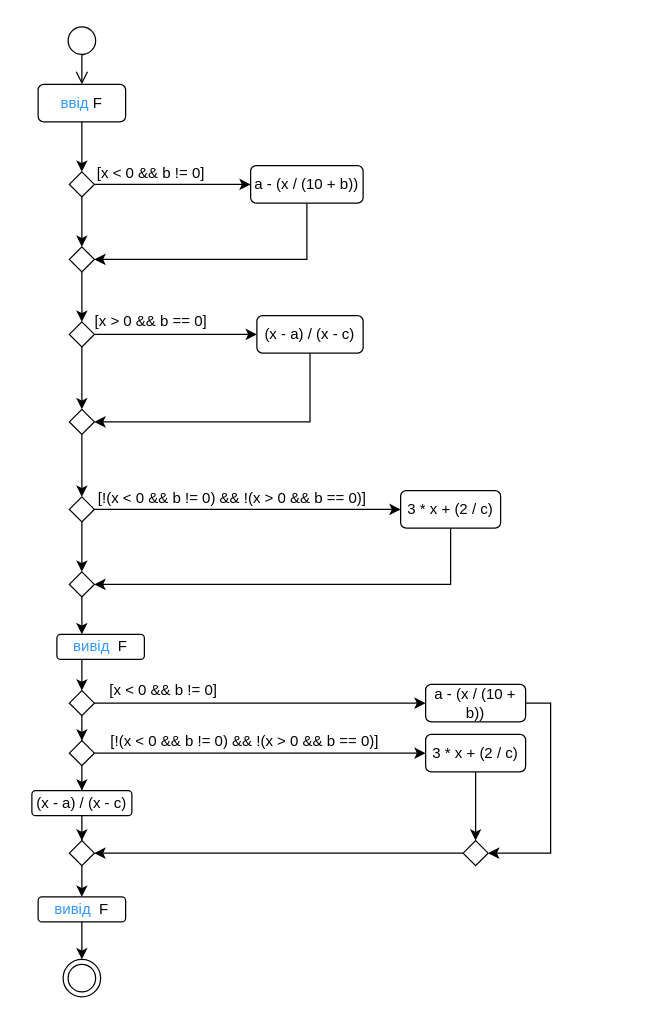
Before: PR-3.2UML.drawio in Slava-v-Ukraini/lab3.2, a draw.io diagram. Source tidied: cells renumbered, new cells numbered last; positions are measured from the earlier drawing's top-left corner, leaving out a move shared by most shapes. Both pictures are drawn from the tidied source at 125%, with x=0, y=0 at pixel (31, 21).
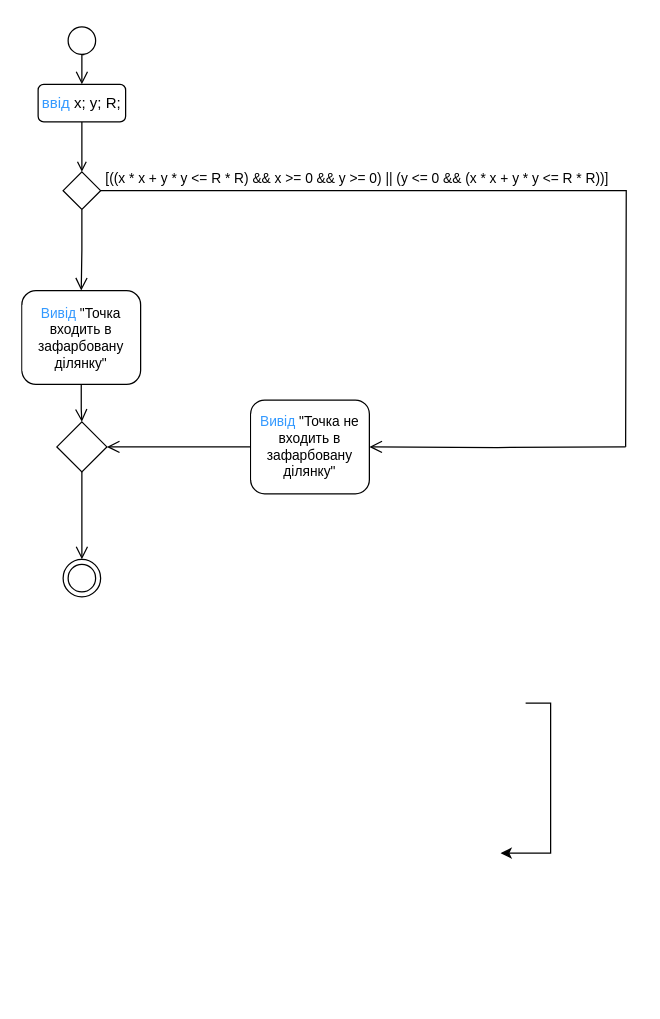
After the change.

Unchanged cells that the change refers to:
```xml
<mxCell id="2" style="ellipse;html=1;shape=startState;" parent="1" vertex="1">
  <mxGeometry x="25" width="30" height="30" as="geometry" />
</mxCell>
```

The edit, as a diff of the source:
```diff
@@
-    <mxCell id="3" style="edgeStyle=orthogonalEdgeStyle;html=1;verticalAlign=bottom;endArrow=open;endSize=8;rounded=0;exitX=0.563;exitY=0.874;exitDx=0;exitDy=0;exitPerimeter=0;" parent="1" edge="1" source="2" target="5">
+    <mxCell id="3" style="edgeStyle=orthogonalEdgeStyle;html=1;verticalAlign=bottom;endArrow=open;endSize=8;rounded=0;exitX=0.563;exitY=0.874;exitDx=0;exitDy=0;exitPerimeter=0;endFill=0;" parent="1" edge="1" source="2" target="5">
       <mxGeometry relative="1" as="geometry">
         <Array as="points">
           <mxPoint x="40" y="26" />
         </Array>
       </mxGeometry>
     </mxCell>
-    <mxCell id="4" style="edgeStyle=orthogonalEdgeStyle;rounded=0;jettySize=auto;html=1;" parent="1" edge="1" source="5">
+    <mxCell id="4" style="edgeStyle=orthogonalEdgeStyle;rounded=0;jettySize=auto;html=1;endArrow=open;endFill=0;" parent="1" edge="1" source="5">
       <mxGeometry relative="1" as="geometry">
         <mxPoint x="40" y="120" as="targetPoint" />
       </mxGeometry>
     </mxCell>
-    <mxCell id="5" value="&lt;font color=&quot;#3399ff&quot;&gt;ввід &lt;/font&gt;F" style="rounded=1;whiteSpace=wrap;html=1;" parent="1" vertex="1">
+    <mxCell id="5" value="&lt;font color=&quot;#3399ff&quot;&gt;ввід &lt;/font&gt;x; y; R;" style="rounded=1;whiteSpace=wrap;html=1;" parent="1" vertex="1">
       <mxGeometry x="5" y="50" width="70" height="30" as="geometry" />
     </mxCell>
-    <mxCell id="6" style="edgeStyle=orthogonalEdgeStyle;rounded=0;jettySize=auto;html=1;entryX=0;entryY=0.5;entryDx=0;entryDy=0;" parent="1" edge="1" source="8" target="10">
-      <mxGeometry relative="1" as="geometry" />
-    </mxCell>
-    <mxCell id="7" style="edgeStyle=orthogonalEdgeStyle;rounded=0;jettySize=auto;html=1;" parent="1" edge="1" source="8" target="12">
-      <mxGeometry relative="1" as="geometry" />
-    </mxCell>
-    <mxCell id="8" style="rhombus;whiteSpace=wrap;html=1;" parent="1" vertex="1">
-      <mxGeometry x="30" y="120" width="20" height="20" as="geometry" />
-    </mxCell>
-    <mxCell id="9" style="edgeStyle=orthogonalEdgeStyle;rounded=0;jettySize=auto;html=1;entryX=1;entryY=0.5;entryDx=0;entryDy=0;" parent="1" edge="1" source="10" target="12">
-      <mxGeometry relative="1" as="geometry">
-        <Array as="points">
-          <mxPoint x="220" y="190" />
-        </Array>
-      </mxGeometry>
-    </mxCell>
-    <mxCell id="10" value="a - (x / (10 + b))" style="rounded=1;whiteSpace=wrap;html=1;" parent="1" vertex="1">
-      <mxGeometry x="175" y="115" width="90" height="30" as="geometry" />
-    </mxCell>
-    <mxCell id="11" style="edgeStyle=orthogonalEdgeStyle;rounded=0;jettySize=auto;html=1;" parent="1" edge="1" source="12" target="16">
-      <mxGeometry relative="1" as="geometry" />
-    </mxCell>
-    <mxCell id="12" style="rhombus;whiteSpace=wrap;html=1;" parent="1" vertex="1">
-      <mxGeometry x="30" y="180" width="20" height="20" as="geometry" />
-    </mxCell>
-    <mxCell id="13" value="[x &amp;lt; 0 &amp;amp;&amp;amp; b != 0]" style="text;html=1;align=center;verticalAlign=bottom;strokeColor=none;fillColor=none;" parent="1" vertex="1">
-      <mxGeometry x="40" y="100" width="110" height="30" as="geometry" />
-    </mxCell>
-    <mxCell id="14" style="edgeStyle=orthogonalEdgeStyle;rounded=0;jettySize=auto;html=1;" parent="1" edge="1" source="16" target="18">
-      <mxGeometry relative="1" as="geometry" />
-    </mxCell>
-    <mxCell id="15" style="edgeStyle=orthogonalEdgeStyle;rounded=0;jettySize=auto;html=1;" parent="1" edge="1" source="16" target="21">
-      <mxGeometry relative="1" as="geometry" />
-    </mxCell>
-    <mxCell id="16" style="rhombus;whiteSpace=wrap;html=1;" parent="1" vertex="1">
-      <mxGeometry x="30" y="240" width="20" height="20" as="geometry" />
-    </mxCell>
-    <mxCell id="17" style="edgeStyle=orthogonalEdgeStyle;rounded=0;jettySize=auto;html=1;entryX=1;entryY=0.5;entryDx=0;entryDy=0;" parent="1" edge="1" source="18" target="21">
-      <mxGeometry relative="1" as="geometry">
-        <Array as="points">
-          <mxPoint x="222" y="320" />
-        </Array>
-      </mxGeometry>
-    </mxCell>
-    <mxCell id="18" value="(x - a) / (x - c)" style="rounded=1;whiteSpace=wrap;html=1;" parent="1" vertex="1">
-      <mxGeometry x="180" y="235" width="85" height="30" as="geometry" />
-    </mxCell>
-    <mxCell id="19" value="&lt;p style=&quot;&quot;&gt;[x &amp;gt; 0 &amp;amp;&amp;amp; b == 0]&lt;/p&gt;" style="text;html=1;align=center;verticalAlign=middle;strokeColor=none;fillColor=none;" parent="1" vertex="1">
-      <mxGeometry x="40" y="215" width="110" height="50" as="geometry" />
-    </mxCell>
-    <mxCell id="20" style="edgeStyle=orthogonalEdgeStyle;rounded=0;jettySize=auto;html=1;" parent="1" edge="1" source="21" target="26">
-      <mxGeometry relative="1" as="geometry" />
-    </mxCell>
-    <mxCell id="21" style="rhombus;whiteSpace=wrap;html=1;" parent="1" vertex="1">
-      <mxGeometry x="30" y="310" width="20" height="20" as="geometry" />
-    </mxCell>
-    <mxCell id="22" style="edgeStyle=orthogonalEdgeStyle;rounded=0;jettySize=auto;html=1;entryX=1;entryY=0.5;entryDx=0;entryDy=0;" parent="1" edge="1" source="23" target="29">
-      <mxGeometry relative="1" as="geometry">
-        <Array as="points">
-          <mxPoint x="335" y="450" />
-        </Array>
-      </mxGeometry>
-    </mxCell>
-    <mxCell id="23" value="3 * x + (2 / c)" style="rounded=1;whiteSpace=wrap;html=1;" parent="1" vertex="1">
-      <mxGeometry x="295" y="375" width="80" height="30" as="geometry" />
-    </mxCell>
-    <mxCell id="24" style="edgeStyle=orthogonalEdgeStyle;rounded=0;jettySize=auto;html=1;entryX=0;entryY=0.5;entryDx=0;entryDy=0;" parent="1" edge="1" source="26" target="23">
-      <mxGeometry relative="1" as="geometry" />
-    </mxCell>
-    <mxCell id="25" style="edgeStyle=orthogonalEdgeStyle;rounded=0;jettySize=auto;html=1;" parent="1" edge="1" source="26" target="29">
-      <mxGeometry relative="1" as="geometry" />
-    </mxCell>
-    <mxCell id="26" style="rhombus;whiteSpace=wrap;html=1;" parent="1" vertex="1">
-      <mxGeometry x="30" y="380" width="20" height="20" as="geometry" />
-    </mxCell>
-    <mxCell id="27" value="[!(x &amp;lt; 0 &amp;amp;&amp;amp; b != 0) &amp;amp;&amp;amp; !(x &amp;gt; 0 &amp;amp;&amp;amp; b == 0)]" style="text;html=1;align=center;verticalAlign=bottom;strokeColor=none;fillColor=none;" parent="1" vertex="1">
-      <mxGeometry x="40" y="360" width="240" height="30" as="geometry" />
-    </mxCell>
-    <mxCell id="28" style="edgeStyle=orthogonalEdgeStyle;rounded=0;jettySize=auto;html=1;" parent="1" edge="1" source="29">
-      <mxGeometry relative="1" as="geometry">
-        <mxPoint x="40" y="490" as="targetPoint" />
-      </mxGeometry>
-    </mxCell>
-    <mxCell id="29" style="rhombus;whiteSpace=wrap;html=1;" parent="1" vertex="1">
-      <mxGeometry x="30" y="440" width="20" height="20" as="geometry" />
-    </mxCell>
-    <mxCell id="30" style="edgeStyle=orthogonalEdgeStyle;rounded=0;jettySize=auto;html=1;entryX=0.5;entryY=0;entryDx=0;entryDy=0;" parent="1" edge="1" target="34">
-      <mxGeometry relative="1" as="geometry">
-        <mxPoint x="60.1" y="510" as="sourcePoint" />
-        <Array as="points">
-          <mxPoint x="40" y="510" />
-        </Array>
-      </mxGeometry>
-    </mxCell>
-    <mxCell id="31" value="&lt;font color=&quot;#3399ff&quot;&gt;вивід&amp;nbsp;&lt;/font&gt;&amp;nbsp;F" style="rounded=1;whiteSpace=wrap;html=1;" parent="1" vertex="1">
-      <mxGeometry x="20" y="490" width="70" height="20" as="geometry" />
-    </mxCell>
-    <mxCell id="32" style="edgeStyle=orthogonalEdgeStyle;rounded=0;jettySize=auto;html=1;entryX=0.5;entryY=0;entryDx=0;entryDy=0;" parent="1" edge="1" source="34" target="37">
-      <mxGeometry relative="1" as="geometry" />
-    </mxCell>
-    <mxCell id="33" style="edgeStyle=orthogonalEdgeStyle;rounded=0;jettySize=auto;html=1;entryX=0;entryY=0.5;entryDx=0;entryDy=0;" parent="1" edge="1" source="34" target="43">
-      <mxGeometry relative="1" as="geometry" />
-    </mxCell>
-    <mxCell id="34" style="rhombus;whiteSpace=wrap;html=1;" parent="1" vertex="1">
-      <mxGeometry x="30" y="535" width="20" height="20" as="geometry" />
-    </mxCell>
-    <mxCell id="35" style="edgeStyle=orthogonalEdgeStyle;rounded=0;jettySize=auto;html=1;entryX=0.5;entryY=0;entryDx=0;entryDy=0;" parent="1" edge="1" source="37" target="39">
-      <mxGeometry relative="1" as="geometry" />
-    </mxCell>
-    <mxCell id="36" style="edgeStyle=orthogonalEdgeStyle;rounded=0;jettySize=auto;html=1;entryX=0;entryY=0.5;entryDx=0;entryDy=0;" parent="1" edge="1" source="37" target="45">
-      <mxGeometry relative="1" as="geometry" />
-    </mxCell>
-    <mxCell id="37" style="rhombus;whiteSpace=wrap;html=1;" parent="1" vertex="1">
-      <mxGeometry x="30" y="575" width="20" height="20" as="geometry" />
-    </mxCell>
-    <mxCell id="38" style="edgeStyle=orthogonalEdgeStyle;rounded=0;jettySize=auto;html=1;entryX=0.5;entryY=0;entryDx=0;entryDy=0;" parent="1" edge="1" source="39" target="41">
-      <mxGeometry relative="1" as="geometry" />
-    </mxCell>
-    <mxCell id="39" value="(x - a) / (x - c)" style="rounded=1;whiteSpace=wrap;html=1;" parent="1" vertex="1">
-      <mxGeometry y="615" width="80" height="20" as="geometry" />
-    </mxCell>
-    <mxCell id="40" style="edgeStyle=orthogonalEdgeStyle;rounded=0;jettySize=auto;html=1;entryX=0.5;entryY=0;entryDx=0;entryDy=0;" parent="1" edge="1" source="41" target="51">
-      <mxGeometry relative="1" as="geometry" />
-    </mxCell>
-    <mxCell id="41" style="rhombus;whiteSpace=wrap;html=1;" parent="1" vertex="1">
-      <mxGeometry x="30" y="655" width="20" height="20" as="geometry" />
-    </mxCell>
-    <mxCell id="42" style="edgeStyle=orthogonalEdgeStyle;rounded=0;jettySize=auto;html=1;entryX=1;entryY=0.5;entryDx=0;entryDy=0;" parent="1" edge="1" source="43" target="49">
+    <mxCell id="42" style="edgeStyle=orthogonalEdgeStyle;rounded=0;orthogonalLoop=1;jettySize=auto;html=1;entryX=1;entryY=0.5;entryDx=0;entryDy=0;" parent="1" edge="1">
       <mxGeometry relative="1" as="geometry">
+        <mxPoint x="395" y="545" as="sourcePoint" />
+        <mxPoint x="375" y="665" as="targetPoint" />
         <Array as="points">
           <mxPoint x="415" y="545" />
           <mxPoint x="415" y="665" />
         </Array>
       </mxGeometry>
     </mxCell>
-    <mxCell id="43" value="a - (x / (10 + b))" style="rounded=1;whiteSpace=wrap;html=1;" parent="1" vertex="1">
-      <mxGeometry x="315" y="530" width="80" height="30" as="geometry" />
-    </mxCell>
-    <mxCell id="44" style="edgeStyle=orthogonalEdgeStyle;rounded=0;jettySize=auto;html=1;entryX=0.5;entryY=0;entryDx=0;entryDy=0;" parent="1" edge="1" source="45" target="49">
-      <mxGeometry relative="1" as="geometry" />
-    </mxCell>
-    <mxCell id="45" value="3 * x + (2 / c)" style="rounded=1;whiteSpace=wrap;html=1;" parent="1" vertex="1">
-      <mxGeometry x="315" y="570" width="80" height="30" as="geometry" />
-    </mxCell>
-    <mxCell id="46" value="[x &amp;lt; 0 &amp;amp;&amp;amp; b != 0]" style="text;html=1;align=center;verticalAlign=middle;strokeColor=none;fillColor=none;" parent="1" vertex="1">
-      <mxGeometry x="50" y="520" width="110" height="30" as="geometry" />
-    </mxCell>
-    <mxCell id="47" value="[!(x &amp;lt; 0 &amp;amp;&amp;amp; b != 0) &amp;amp;&amp;amp; !(x &amp;gt; 0 &amp;amp;&amp;amp; b == 0)]" style="text;html=1;align=center;verticalAlign=bottom;strokeColor=none;fillColor=none;" parent="1" vertex="1">
-      <mxGeometry x="50" y="555" width="240" height="30" as="geometry" />
-    </mxCell>
-    <mxCell id="48" style="edgeStyle=orthogonalEdgeStyle;rounded=0;jettySize=auto;html=1;entryX=1;entryY=0.5;entryDx=0;entryDy=0;" parent="1" edge="1" source="49" target="41">
-      <mxGeometry relative="1" as="geometry" />
-    </mxCell>
-    <mxCell id="49" style="rhombus;whiteSpace=wrap;html=1;" parent="1" vertex="1">
-      <mxGeometry x="345" y="655" width="20" height="20" as="geometry" />
-    </mxCell>
-    <mxCell id="50" style="edgeStyle=orthogonalEdgeStyle;rounded=0;jettySize=auto;html=1;" parent="1" edge="1" source="51" target="52">
-      <mxGeometry relative="1" as="geometry" />
-    </mxCell>
-    <mxCell id="51" value="&lt;font color=&quot;#3399ff&quot;&gt;вивід&amp;nbsp;&lt;/font&gt;&amp;nbsp;F" style="rounded=1;whiteSpace=wrap;html=1;" parent="1" vertex="1">
-      <mxGeometry x="5" y="700" width="70" height="20" as="geometry" />
-    </mxCell>
     <mxCell id="52" style="ellipse;html=1;shape=endState;" parent="1" vertex="1">
-      <mxGeometry x="25" y="750" width="30" height="30" as="geometry" />
+      <mxGeometry x="25" y="430" width="30" height="30" as="geometry" />
     </mxCell>
+    <mxCell id="53" style="edgeStyle=orthogonalEdgeStyle;shape=connector;rounded=0;jettySize=auto;html=1;strokeColor=default;align=center;verticalAlign=bottom;fontFamily=Helvetica;fontSize=11;fontColor=default;labelBackgroundColor=default;endArrow=none;endFill=0;endSize=8;" parent="1" edge="1" source="55">
+      <mxGeometry relative="1" as="geometry">
+        <mxPoint x="475" y="340" as="targetPoint" />
+      </mxGeometry>
+    </mxCell>
+    <mxCell id="54" style="edgeStyle=orthogonalEdgeStyle;shape=connector;rounded=0;jettySize=auto;html=1;strokeColor=default;align=center;verticalAlign=bottom;fontFamily=Helvetica;fontSize=11;fontColor=default;labelBackgroundColor=default;endArrow=open;endFill=0;endSize=8;" parent="1" edge="1" source="55" target="60">
+      <mxGeometry relative="1" as="geometry" />
+    </mxCell>
+    <mxCell id="55" style="rhombus;whiteSpace=wrap;html=1;fontFamily=Helvetica;fontSize=11;fontColor=default;labelBackgroundColor=default;" parent="1" vertex="1">
+      <mxGeometry x="25" y="120" width="30" height="30" as="geometry" />
+    </mxCell>
+    <mxCell id="56" style="edgeStyle=orthogonalEdgeStyle;shape=connector;rounded=0;jettySize=auto;html=1;entryX=0.5;entryY=0;entryDx=0;entryDy=0;strokeColor=default;align=center;verticalAlign=bottom;fontFamily=Helvetica;fontSize=11;fontColor=default;labelBackgroundColor=default;endArrow=open;endFill=0;endSize=8;" parent="1" edge="1" source="57" target="52">
+      <mxGeometry relative="1" as="geometry" />
+    </mxCell>
+    <mxCell id="57" style="rhombus;whiteSpace=wrap;html=1;fontFamily=Helvetica;fontSize=11;fontColor=default;labelBackgroundColor=default;" parent="1" vertex="1">
+      <mxGeometry x="20" y="320" width="40" height="40" as="geometry" />
+    </mxCell>
+    <mxCell id="58" value="[((x * x + y * y &amp;lt;= R * R) &amp;amp;&amp;amp; x &amp;gt;= 0 &amp;amp;&amp;amp; y &amp;gt;= 0) || (y &amp;lt;= 0 &amp;amp;&amp;amp; (x * x + y * y &amp;lt;= R * R))]" style="text;html=1;align=center;verticalAlign=middle;strokeColor=none;fillColor=none;fontFamily=Helvetica;fontSize=11;fontColor=default;labelBackgroundColor=default;" parent="1" vertex="1">
+      <mxGeometry x="45" y="110" width="430" height="30" as="geometry" />
+    </mxCell>
+    <mxCell id="59" style="edgeStyle=orthogonalEdgeStyle;shape=connector;rounded=0;jettySize=auto;html=1;strokeColor=default;align=center;verticalAlign=bottom;fontFamily=Helvetica;fontSize=11;fontColor=default;labelBackgroundColor=default;endArrow=open;endFill=0;endSize=8;" parent="1" edge="1" source="60" target="57">
+      <mxGeometry relative="1" as="geometry" />
+    </mxCell>
+    <mxCell id="60" value="&lt;font color=&quot;#3399ff&quot;&gt;Вивід&amp;nbsp;&lt;/font&gt;&quot;Точка входить в зафарбовану ділянку&quot;" style="whiteSpace=wrap;html=1;fontSize=11;labelBackgroundColor=default;rounded=1;" parent="1" vertex="1">
+      <mxGeometry x="-8" y="215" width="95" height="75" as="geometry" />
+    </mxCell>
+    <mxCell id="61" style="endArrow=open;html=1;rounded=0;strokeColor=default;align=center;verticalAlign=bottom;fontFamily=Helvetica;fontSize=11;fontColor=default;labelBackgroundColor=default;edgeStyle=orthogonalEdgeStyle;endSize=8;endFill=0;entryX=1;entryY=0.5;entryDx=0;entryDy=0;" parent="1" edge="1" target="63">
+      <mxGeometry relative="1" as="geometry">
+        <mxPoint x="475" y="340" as="sourcePoint" />
+      </mxGeometry>
+    </mxCell>
+    <mxCell id="62" style="edgeStyle=orthogonalEdgeStyle;shape=connector;rounded=0;jettySize=auto;html=1;entryX=1;entryY=0.5;entryDx=0;entryDy=0;strokeColor=default;align=center;verticalAlign=bottom;fontFamily=Helvetica;fontSize=11;fontColor=default;labelBackgroundColor=default;endArrow=open;endFill=0;endSize=8;" parent="1" edge="1" source="63" target="57">
+      <mxGeometry relative="1" as="geometry" />
+    </mxCell>
+    <mxCell id="63" value="&lt;font color=&quot;#3399ff&quot;&gt;Вивід&amp;nbsp;&lt;/font&gt;&quot;Точка не входить в зафарбовану ділянку&quot;" style="whiteSpace=wrap;html=1;fontSize=11;labelBackgroundColor=default;rounded=1;" parent="1" vertex="1">
+      <mxGeometry x="175" y="302.5" width="95" height="75" as="geometry" />
+    </mxCell>
```
